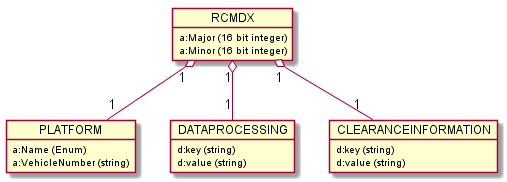
Above: images/generated/rcmdx_root_group.png in OpenRailAssociation/rcm-dx (PlantUML), before the change.
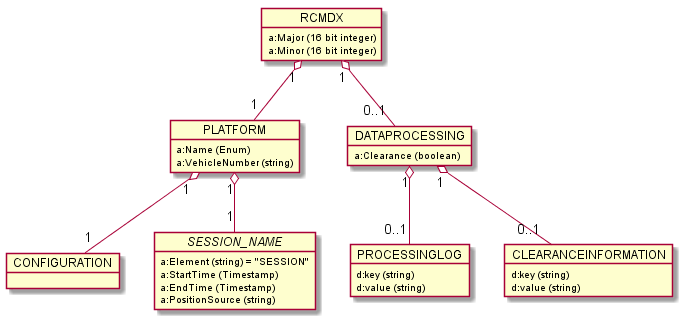
The same diagram one commit later.

Commit message:
Image to show root and loging groups.

Diff of the diagram source:
```diff
@@ -13,15 +13,31 @@
   RCMDX "1" o-- "1" PLATFORM
 
   object DATAPROCESSING {
+    a:Clearance (boolean)
+  }
+  RCMDX "1" o-- "0..1" DATAPROCESSING
+
+ object PROCESSINGLOG {
     d:key (string)
     d:value (string)
   }
-  RCMDX "1" o-- "1" DATAPROCESSING
+  DATAPROCESSING "1" o-- "0..1" PROCESSINGLOG
 
   object CLEARANCEINFORMATION {
     d:key (string)
     d:value (string)
   }
-  RCMDX "1" o-- "1" CLEARANCEINFORMATION
+  DATAPROCESSING "1" o-- "0..1" CLEARANCEINFORMATION
+
+  object "CONFIGURATION" as platform_config
+  PLATFORM "1" o-- "1" platform_config
+
+  object "//SESSION_NAME//" as session_name {
+    a:Element (string) = "SESSION"
+    a:StartTime (Timestamp)
+    a:EndTime (Timestamp)
+    a:PositionSource (string)
+  }
+  PLATFORM "1" o-- "1" session_name
 
 @enduml
```
